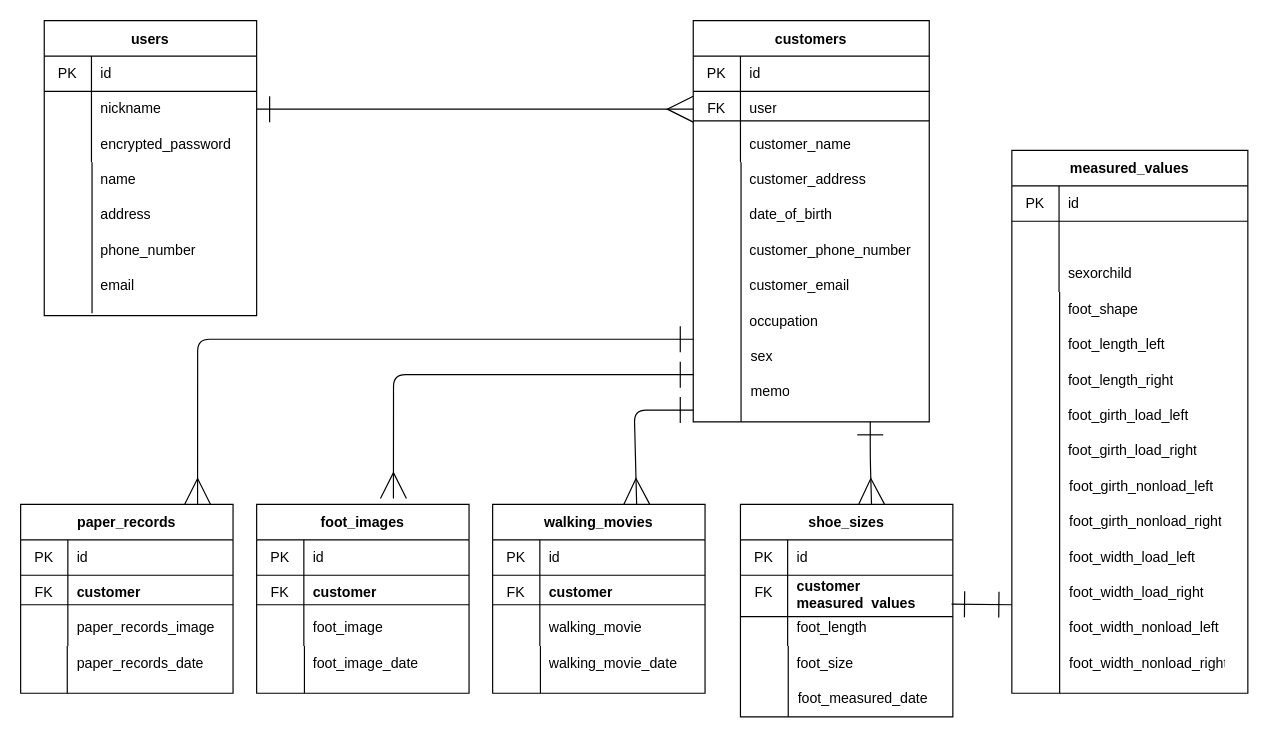
Above: ER図.dio in coffta/shoefit-pro (draw.io), before the change. Source tidied: cells renumbered, new cells numbered last; positions are measured from the earlier drawing's top-left corner, leaving out a move shared by most shapes. Both pictures are drawn from the tidied source at 118%, with x=0, y=0 at pixel (20, 20).
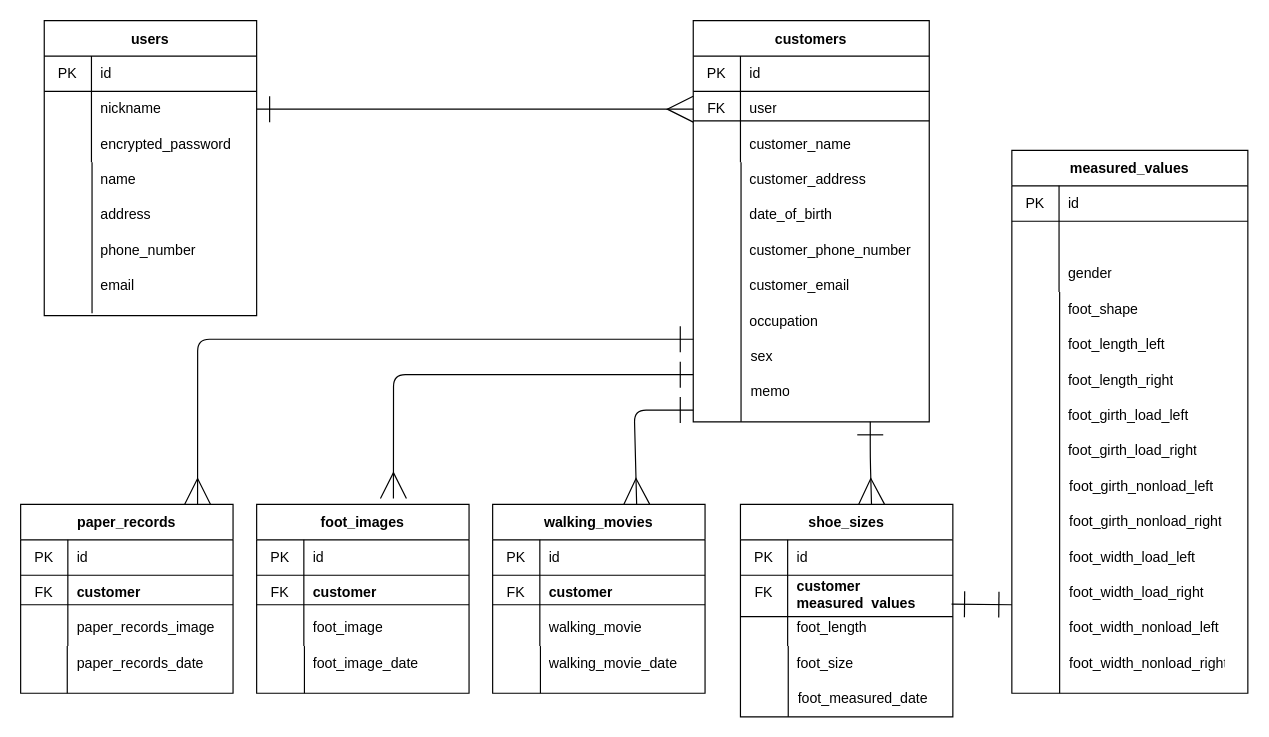
The same diagram, later.

Unchanged cells that the change refers to:
```xml
<mxCell id="107" style="shape=tableRow;horizontal=0;startSize=0;swimlaneHead=0;swimlaneBody=0;top=0;left=0;bottom=0;right=0;fillColor=none;" parent="100" vertex="1">
  <mxGeometry y="90" width="200" height="30" as="geometry" />
</mxCell>
```

Change to the diagram source:
```diff
@@
-    <mxCell id="109" value="sexorchild" style="shape=partialRectangle;html=1;whiteSpace=wrap;fillColor=none;top=0;left=0;bottom=0;right=0;align=left;spacingLeft=6;overflow=hidden;" parent="107" vertex="1">
+    <mxCell id="109" value="gender" style="shape=partialRectangle;html=1;whiteSpace=wrap;fillColor=none;top=0;left=0;bottom=0;right=0;align=left;spacingLeft=6;overflow=hidden;" parent="107" vertex="1">
       <mxGeometry x="40" width="160" height="30" as="geometry" />
     </mxCell>
```
